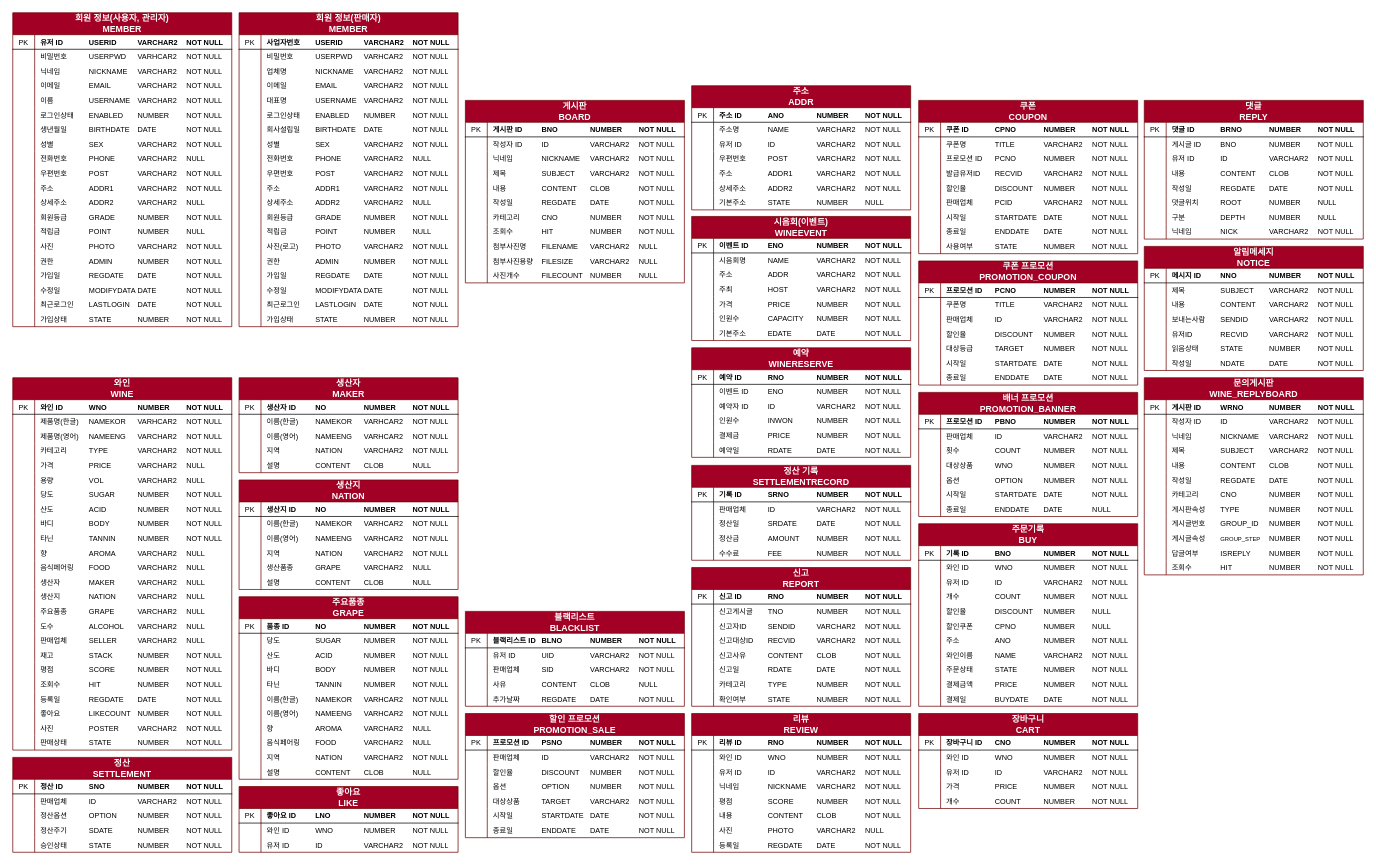
Earlier version of the draw.io diagram erd.drawio (ArtWaveProject/ArtWave). Source tidied: cells renumbered, new cells numbered last; positions are measured from the earlier drawing's top-left corner, leaving out a move shared by most shapes. Both pictures are drawn from the tidied source at 73%, with x=0, y=0 at pixel (12, 12).
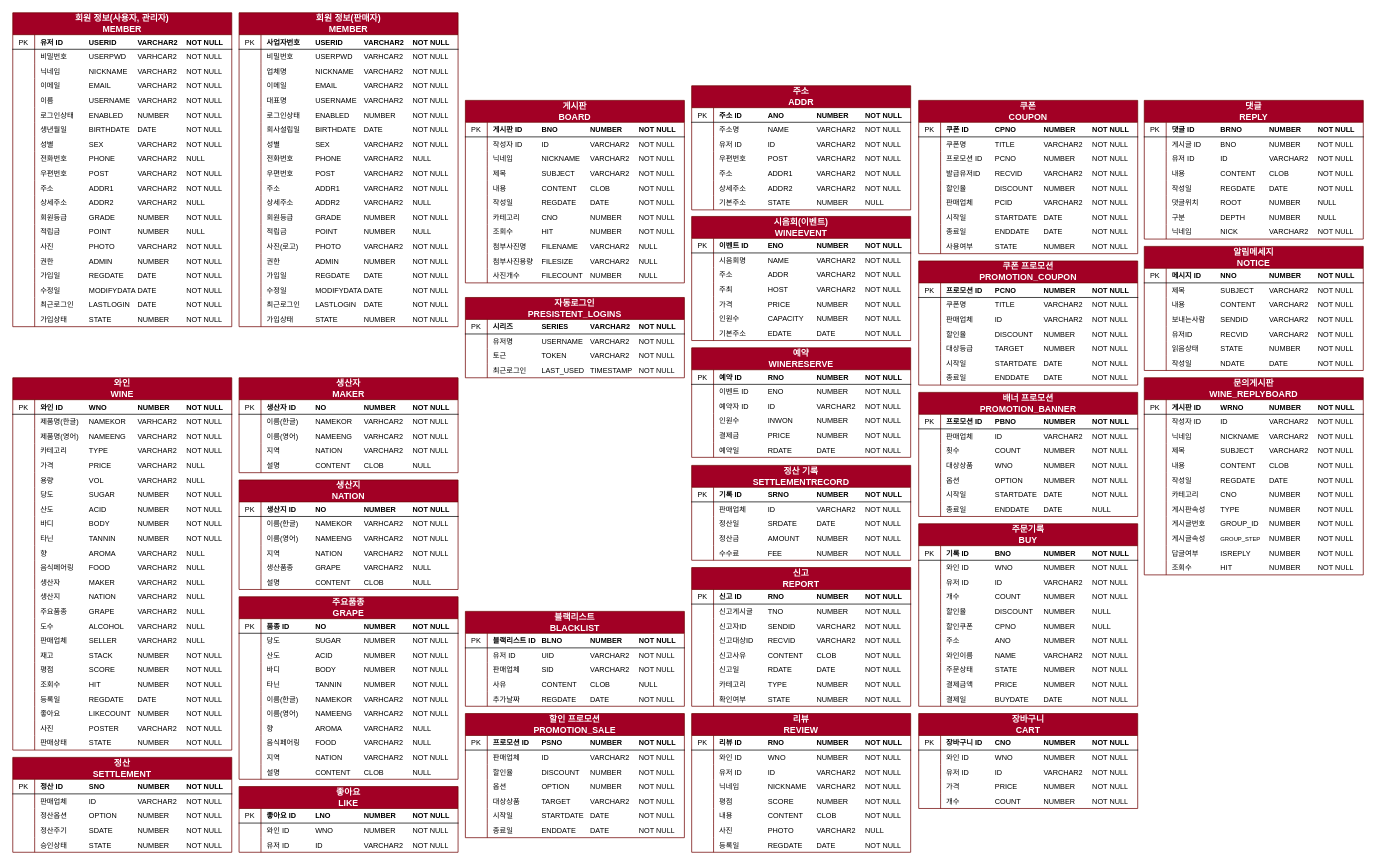
The same page after the edit.

Change to the diagram source:
```diff
@@
+    <mxCell id="699" value="&lt;span style=&quot;font-size: 12px;&quot;&gt;자동로그인&lt;/span&gt;&lt;br&gt;&lt;div style=&quot;font-size: 12px;&quot;&gt;PRESISTENT_LOGINS&lt;/div&gt;" style="shape=table;startSize=30;childLayout=tableLayout;rowLines=0;fontStyle=1;align=center;html=1;fillColor=#a20025;strokeColor=#6F0000;whiteSpace=wrap;verticalAlign=middle;fontSize=11;fontColor=#ffffff;" parent="1" vertex="1">
+      <mxGeometry x="620" y="390" width="300" height="110" as="geometry" />
+    </mxCell>
+    <mxCell id="700" style="shape=tableRow;horizontal=0;startSize=0;swimlaneHead=0;swimlaneBody=0;fillColor=none;top=0;left=0;right=0;bottom=1;align=left;fontStyle=0;whiteSpace=wrap;html=1;verticalAlign=middle;" parent="699" vertex="1">
+      <mxGeometry y="30" width="300" height="20" as="geometry" />
+    </mxCell>
+    <mxCell id="701" value="PK" style="shape=partialRectangle;fillColor=none;top=0;left=0;bottom=0;right=0;fontStyle=0;overflow=hidden;whiteSpace=wrap;html=1;align=center;verticalAlign=middle;fontSize=10;" parent="700" vertex="1">
+      <mxGeometry width="30" height="20" as="geometry" />
+    </mxCell>
+    <mxCell id="702" value="&lt;b&gt;시리즈&lt;span style=&quot;white-space: pre;&quot;&gt;&#9;&lt;/span&gt;&lt;span style=&quot;white-space: pre;&quot;&gt;&#9;&lt;/span&gt;SERIES&lt;span style=&quot;white-space: pre;&quot;&gt;&#9;&lt;/span&gt;&lt;span style=&quot;white-space: pre;&quot;&gt;&#9;&lt;/span&gt;VARCHAR2&lt;span style=&quot;white-space: pre;&quot;&gt;&#9;&lt;/span&gt;NOT NULL&lt;/b&gt;" style="shape=partialRectangle;fillColor=none;top=0;left=0;bottom=0;right=0;align=left;spacingLeft=6;fontStyle=0;overflow=hidden;whiteSpace=wrap;html=1;verticalAlign=middle;fontSize=10;" parent="700" vertex="1">
+      <mxGeometry x="30" width="270" height="20" as="geometry" />
+    </mxCell>
+    <mxCell id="703" style="shape=tableRow;horizontal=0;startSize=0;swimlaneHead=0;swimlaneBody=0;fillColor=none;top=0;left=0;right=0;bottom=0;align=left;fontStyle=0;whiteSpace=wrap;html=1;verticalAlign=middle;fontSize=10;" parent="699" vertex="1">
+      <mxGeometry y="50" width="300" height="20" as="geometry" />
+    </mxCell>
+    <mxCell id="704" style="shape=partialRectangle;fillColor=none;top=0;left=0;bottom=0;right=0;overflow=hidden;whiteSpace=wrap;html=1;align=left;fontStyle=0;verticalAlign=middle;fontSize=10;" parent="703" vertex="1">
+      <mxGeometry width="30" height="20" as="geometry" />
+    </mxCell>
+    <mxCell id="705" value="유저명&lt;span style=&quot;white-space: pre;&quot;&gt;&#9;&lt;/span&gt;&lt;span style=&quot;white-space: pre;&quot;&gt;&#9;&lt;/span&gt;USERNAME&lt;span style=&quot;white-space: pre;&quot;&gt;&#9;&lt;/span&gt;VARCHAR2&lt;span style=&quot;white-space: pre;&quot;&gt;&#9;&lt;/span&gt;NOT NULL" style="shape=partialRectangle;fillColor=none;top=0;left=0;bottom=0;right=0;align=left;spacingLeft=6;overflow=hidden;whiteSpace=wrap;html=1;fontStyle=0;verticalAlign=middle;fontSize=10;" parent="703" vertex="1">
+      <mxGeometry x="30" width="270" height="20" as="geometry" />
+    </mxCell>
+    <mxCell id="706" style="shape=tableRow;horizontal=0;startSize=0;swimlaneHead=0;swimlaneBody=0;fillColor=none;top=0;left=0;right=0;bottom=0;align=left;fontStyle=0;whiteSpace=wrap;html=1;verticalAlign=middle;fontSize=10;" parent="699" vertex="1">
+      <mxGeometry y="70" width="300" height="20" as="geometry" />
+    </mxCell>
+    <mxCell id="707" style="shape=partialRectangle;fillColor=none;top=0;left=0;bottom=0;right=0;overflow=hidden;whiteSpace=wrap;html=1;align=left;fontStyle=0;verticalAlign=middle;fontSize=10;" parent="706" vertex="1">
+      <mxGeometry width="30" height="20" as="geometry" />
+    </mxCell>
+    <mxCell id="708" value="토근&lt;span style=&quot;white-space: pre;&quot;&gt;&#9;&lt;/span&gt;&lt;span style=&quot;white-space: pre;&quot;&gt;&#9;&lt;/span&gt;&lt;span style=&quot;white-space: pre;&quot;&gt;&#9;&lt;/span&gt;TOKEN&lt;span style=&quot;white-space: pre;&quot;&gt;&#9;&lt;/span&gt;&lt;span style=&quot;white-space: pre;&quot;&gt;&#9;&lt;/span&gt;VARCHAR2&lt;span style=&quot;white-space: pre;&quot;&gt;&#9;&lt;/span&gt;NOT NULL" style="shape=partialRectangle;fillColor=none;top=0;left=0;bottom=0;right=0;align=left;spacingLeft=6;overflow=hidden;whiteSpace=wrap;html=1;fontStyle=0;verticalAlign=middle;fontSize=10;" parent="706" vertex="1">
+      <mxGeometry x="30" width="270" height="20" as="geometry" />
+    </mxCell>
+    <mxCell id="709" style="shape=tableRow;horizontal=0;startSize=0;swimlaneHead=0;swimlaneBody=0;fillColor=none;top=0;left=0;right=0;bottom=0;align=left;fontStyle=0;whiteSpace=wrap;html=1;verticalAlign=middle;fontSize=10;" parent="699" vertex="1">
+      <mxGeometry y="90" width="300" height="20" as="geometry" />
+    </mxCell>
+    <mxCell id="710" style="shape=partialRectangle;fillColor=none;top=0;left=0;bottom=0;right=0;overflow=hidden;whiteSpace=wrap;html=1;align=left;fontStyle=0;verticalAlign=middle;fontSize=10;" parent="709" vertex="1">
+      <mxGeometry width="30" height="20" as="geometry" />
+    </mxCell>
+    <mxCell id="711" value="최근로그인&lt;span style=&quot;white-space: pre;&quot;&gt;&#9;&lt;/span&gt;LAST_USED&lt;span style=&quot;white-space: pre;&quot;&gt;&#9;&lt;/span&gt;TIMESTAMP&lt;span style=&quot;white-space: pre;&quot;&gt;&#9;&lt;/span&gt;NOT NULL" style="shape=partialRectangle;fillColor=none;top=0;left=0;bottom=0;right=0;align=left;spacingLeft=6;overflow=hidden;whiteSpace=wrap;html=1;fontStyle=0;verticalAlign=middle;fontSize=10;" parent="709" vertex="1">
+      <mxGeometry x="30" width="270" height="20" as="geometry" />
+    </mxCell>
```
